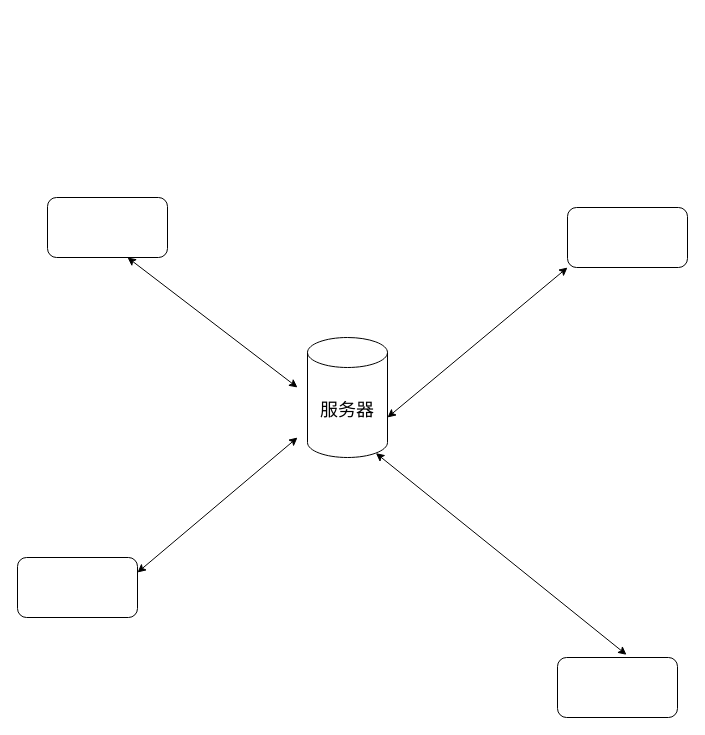
Earlier version of the draw.io diagram netAGV.drawio (yyjqr/IMU). Source tidied: cells renumbered, new cells numbered last; positions are measured from the earlier drawing's top-left corner, leaving out a move shared by most shapes. Both pictures are drawn from the tidied source at 100%, with x=0, y=0 at pixel (17, 197).
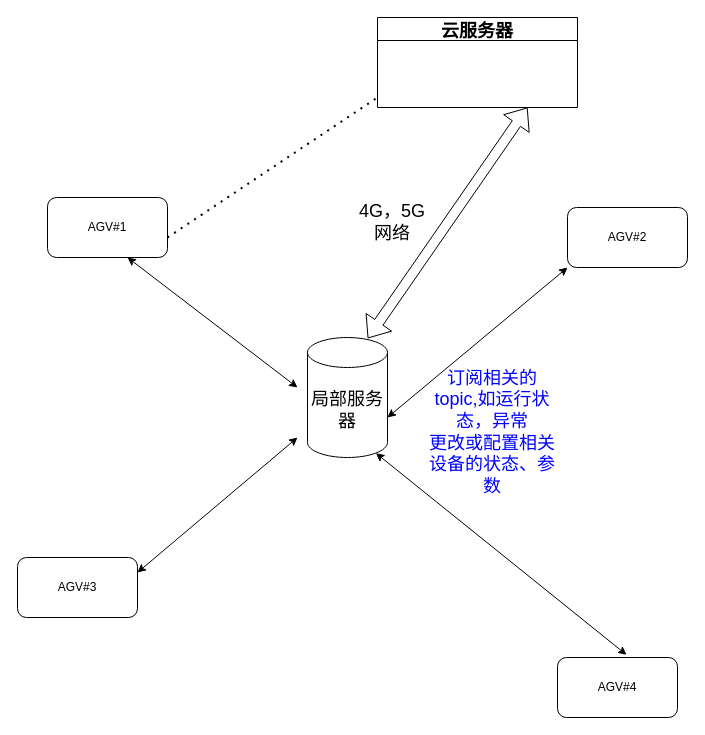
The same page after the edit.

What changed in the source:
```diff
@@
 <mxGraphModel>
   <root>
     <mxCell id="0" />
     <mxCell id="1" parent="0" />
-    <mxCell id="2" value="&lt;font style=&quot;font-size: 18px;&quot;&gt;服务器&lt;/font&gt;" style="shape=cylinder3;whiteSpace=wrap;html=1;boundedLbl=1;backgroundOutline=1;size=15;" parent="1" vertex="1">
+    <mxCell id="2" value="&lt;font style=&quot;font-size: 18px;&quot;&gt;局部服务器&lt;/font&gt;" style="shape=cylinder3;whiteSpace=wrap;html=1;boundedLbl=1;backgroundOutline=1;size=15;" parent="1" vertex="1">
       <mxGeometry x="290" y="140" width="80" height="120" as="geometry" />
     </mxCell>
-    <mxCell id="3" style="rounded=1;whiteSpace=wrap;html=1;" parent="1" vertex="1">
+    <mxCell id="3" value="&lt;span style=&quot;&quot;&gt;AGV#2&lt;/span&gt;" style="rounded=1;whiteSpace=wrap;html=1;" parent="1" vertex="1">
       <mxGeometry x="550" y="10" width="120" height="60" as="geometry" />
     </mxCell>
-    <mxCell id="4" style="rounded=1;whiteSpace=wrap;html=1;" parent="1" vertex="1">
+    <mxCell id="4" value="&lt;span style=&quot;&quot;&gt;AGV#4&lt;/span&gt;" style="rounded=1;whiteSpace=wrap;html=1;" parent="1" vertex="1">
       <mxGeometry x="540" y="460" width="120" height="60" as="geometry" />
     </mxCell>
-    <mxCell id="5" style="rounded=1;whiteSpace=wrap;html=1;" parent="1" vertex="1">
+    <mxCell id="5" value="AGV#1" style="rounded=1;whiteSpace=wrap;html=1;" parent="1" vertex="1">
       <mxGeometry x="30" width="120" height="60" as="geometry" />
     </mxCell>
-    <mxCell id="6" style="rounded=1;whiteSpace=wrap;html=1;" parent="1" vertex="1">
+    <mxCell id="6" value="&lt;span style=&quot;&quot;&gt;AGV#3&lt;/span&gt;" style="rounded=1;whiteSpace=wrap;html=1;" parent="1" vertex="1">
       <mxGeometry y="360" width="120" height="60" as="geometry" />
     </mxCell>
     <mxCell id="7" style="endArrow=classic;startArrow=classic;html=1;rounded=0;exitX=0.575;exitY=-0.045;exitDx=0;exitDy=0;exitPerimeter=0;entryX=0.855;entryY=1;entryDx=0;entryDy=-4.35;entryPerimeter=0;" parent="1" edge="1" source="4" target="2">
       <mxGeometry relative="1" as="geometry" />
     </mxCell>
     <mxCell id="8" style="endArrow=classic;startArrow=classic;html=1;rounded=0;entryX=0;entryY=1;entryDx=0;entryDy=0;" parent="1" edge="1" target="3">
       <mxGeometry relative="1" as="geometry">
         <mxPoint x="370" y="220" as="sourcePoint" />
       </mxGeometry>
     </mxCell>
     <mxCell id="9" style="endArrow=classic;startArrow=classic;html=1;rounded=0;exitX=0.667;exitY=1;exitDx=0;exitDy=0;exitPerimeter=0;" parent="1" edge="1" source="5">
       <mxGeometry relative="1" as="geometry">
         <mxPoint x="280" y="190" as="targetPoint" />
       </mxGeometry>
     </mxCell>
     <mxCell id="10" style="endArrow=classic;startArrow=classic;html=1;rounded=0;exitX=1;exitY=0.25;exitDx=0;exitDy=0;" parent="1" edge="1" source="6">
       <mxGeometry relative="1" as="geometry">
         <mxPoint x="280" y="240" as="targetPoint" />
       </mxGeometry>
     </mxCell>
+    <mxCell id="11" value="&lt;font color=&quot;#0000ff&quot;&gt;订阅相关的topic,如运行状态，异常&lt;br&gt;更改或配置相关设备的状态、参数&lt;/font&gt;" style="text;html=1;strokeColor=none;fillColor=none;align=center;verticalAlign=middle;whiteSpace=wrap;rounded=0;fontSize=18;" parent="1" vertex="1">
+      <mxGeometry x="410" y="180" width="130" height="110" as="geometry" />
+    </mxCell>
+    <mxCell id="12" value="云服务器" style="swimlane;fontSize=18;" parent="1" vertex="1">
+      <mxGeometry x="360" y="-180" width="200" height="90" as="geometry" />
+    </mxCell>
+    <mxCell id="13" style="shape=flexArrow;endArrow=classic;startArrow=classic;html=1;rounded=0;fontSize=18;exitX=0.753;exitY=0.007;exitDx=0;exitDy=0;exitPerimeter=0;" parent="1" edge="1" source="2">
+      <mxGeometry relative="1" as="geometry">
+        <mxPoint x="510" y="-90" as="targetPoint" />
+      </mxGeometry>
+    </mxCell>
+    <mxCell id="14" style="endArrow=none;dashed=1;html=1;dashPattern=1 3;strokeWidth=2;rounded=0;fontSize=18;" parent="1" edge="1">
+      <mxGeometry relative="1" as="geometry">
+        <mxPoint x="150" y="40" as="sourcePoint" />
+        <mxPoint x="360" y="-100" as="targetPoint" />
+      </mxGeometry>
+    </mxCell>
+    <mxCell id="15" value="4G，5G网络" style="text;html=1;strokeColor=none;fillColor=none;align=center;verticalAlign=middle;whiteSpace=wrap;rounded=0;fontSize=18;" parent="1" vertex="1">
+      <mxGeometry x="340" y="10" width="70" height="29" as="geometry" />
+    </mxCell>
   </root>
 </mxGraphModel>
```
